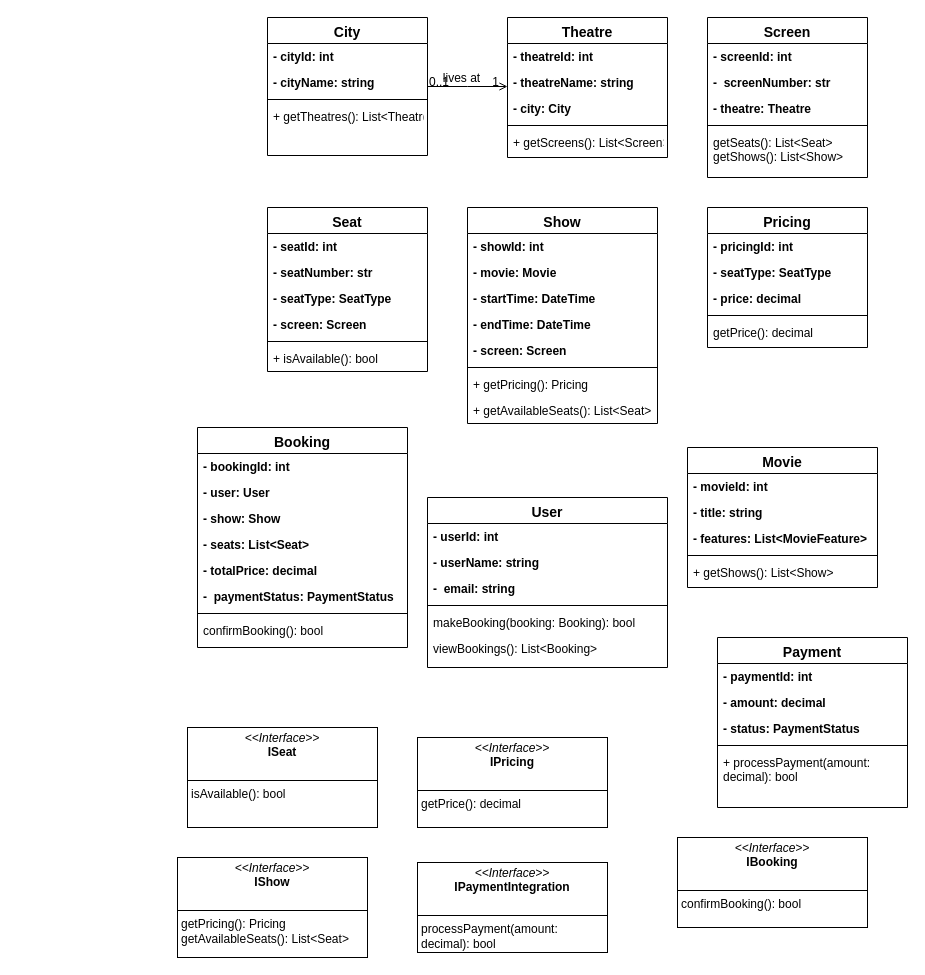
geeky-sanjay/class-diagrams keeps this draw.io diagram as BookMyShow Class Diagram.drawio. Above is the earlier version. Source tidied: cells renumbered, new cells numbered last; positions are measured from the earlier drawing's top-left corner, leaving out a move shared by most shapes. Both pictures are drawn from the tidied source at 100%, with x=0, y=0 at pixel (177, 17).
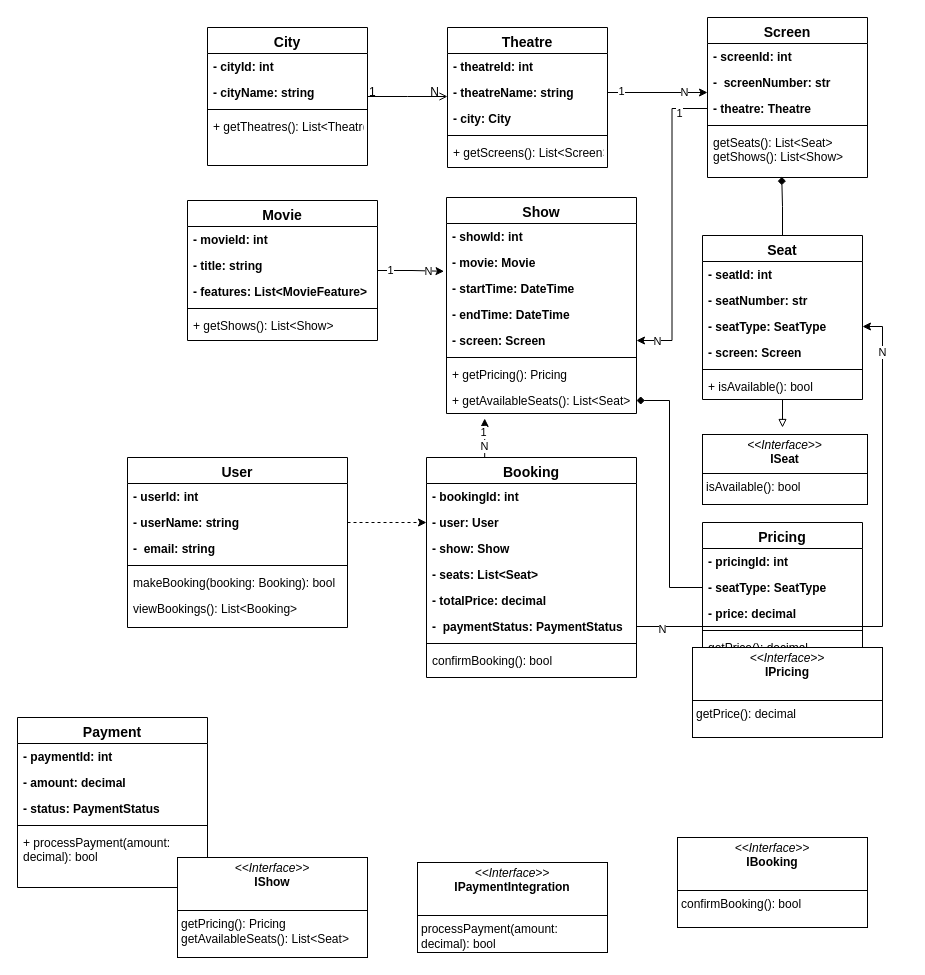
The same diagram, later.

The change refers to these unchanged cells:
```xml
<mxCell id="9" value="- theatreName: string" style="text;align=left;verticalAlign=top;spacingLeft=4;spacingRight=4;overflow=hidden;points=[[0,0.5],[1,0.5]];portConstraint=eastwest;rounded=0;shadow=0;html=0;fontStyle=1;" parent="7" vertex="1">
  <mxGeometry y="52" width="160" height="26" as="geometry" />
</mxCell>
<mxCell id="13" style="endArrow=open;shadow=0;strokeWidth=1;rounded=0;curved=0;endFill=1;edgeStyle=elbowEdgeStyle;elbow=vertical;" parent="1" edge="1" source="2" target="7">
  <mxGeometry x="0.5" y="41" relative="1" as="geometry">
    <mxPoint x="-40" y="32" as="offset" />
  </mxGeometry>
</mxCell>
<mxCell id="19" value="-  screenNumber: str" style="text;align=left;verticalAlign=top;spacingLeft=4;spacingRight=4;overflow=hidden;points=[[0,0.5],[1,0.5]];portConstraint=eastwest;rounded=0;shadow=0;html=0;fontStyle=1;" parent="17" vertex="1">
  <mxGeometry y="52" width="160" height="26" as="geometry" />
</mxCell>
<mxCell id="20" value="- theatre: Theatre" style="text;align=left;verticalAlign=top;spacingLeft=4;spacingRight=4;overflow=hidden;points=[[0,0.5],[1,0.5]];portConstraint=eastwest;rounded=0;shadow=0;html=0;fontStyle=1;" parent="17" vertex="1">
  <mxGeometry y="78" width="160" height="26" as="geometry" />
</mxCell>
<mxCell id="22" value="getSeats(): List&lt;Seat&gt;&#10;getShows(): List&lt;Show&gt;" style="text;align=left;verticalAlign=top;spacingLeft=4;spacingRight=4;overflow=hidden;points=[[0,0.5],[1,0.5]];portConstraint=eastwest;" parent="17" vertex="1">
  <mxGeometry y="112" width="160" height="48" as="geometry" />
</mxCell>
<mxCell id="26" value="- seatType: SeatType" style="text;align=left;verticalAlign=top;spacingLeft=4;spacingRight=4;overflow=hidden;points=[[0,0.5],[1,0.5]];portConstraint=eastwest;rounded=0;shadow=0;html=0;fontStyle=1;" parent="23" vertex="1">
  <mxGeometry y="78" width="160" height="26" as="geometry" />
</mxCell>
<mxCell id="32" value="- movie: Movie " style="text;align=left;verticalAlign=top;spacingLeft=4;spacingRight=4;overflow=hidden;points=[[0,0.5],[1,0.5]];portConstraint=eastwest;rounded=0;shadow=0;html=0;fontStyle=1;" parent="30" vertex="1">
  <mxGeometry y="52" width="190" height="26" as="geometry" />
</mxCell>
<mxCell id="35" value="- screen: Screen" style="text;align=left;verticalAlign=top;spacingLeft=4;spacingRight=4;overflow=hidden;points=[[0,0.5],[1,0.5]];portConstraint=eastwest;rounded=0;shadow=0;html=0;fontStyle=1;" parent="30" vertex="1">
  <mxGeometry y="130" width="190" height="26" as="geometry" />
</mxCell>
<mxCell id="38" value="+ getAvailableSeats(): List&lt;Seat&gt;" style="text;align=left;verticalAlign=top;spacingLeft=4;spacingRight=4;overflow=hidden;points=[[0,0.5],[1,0.5]];portConstraint=eastwest;rounded=0;shadow=0;html=0;fontStyle=0;" parent="30" vertex="1">
  <mxGeometry y="190" width="190" height="26" as="geometry" />
</mxCell>
<mxCell id="41" value="- seatType: SeatType" style="text;align=left;verticalAlign=top;spacingLeft=4;spacingRight=4;overflow=hidden;points=[[0,0.5],[1,0.5]];portConstraint=eastwest;rounded=0;shadow=0;html=0;fontStyle=1;" parent="39" vertex="1">
  <mxGeometry y="52" width="160" height="26" as="geometry" />
</mxCell>
<mxCell id="47" value="- user: User " style="text;align=left;verticalAlign=top;spacingLeft=4;spacingRight=4;overflow=hidden;points=[[0,0.5],[1,0.5]];portConstraint=eastwest;rounded=0;shadow=0;html=0;fontStyle=1;" parent="45" vertex="1">
  <mxGeometry y="52" width="210" height="26" as="geometry" />
</mxCell>
<mxCell id="51" value="-  paymentStatus: PaymentStatus" style="text;align=left;verticalAlign=top;spacingLeft=4;spacingRight=4;overflow=hidden;points=[[0,0.5],[1,0.5]];portConstraint=eastwest;rounded=0;shadow=0;html=0;fontStyle=1;" parent="45" vertex="1">
  <mxGeometry y="156" width="210" height="26" as="geometry" />
</mxCell>
```

Diff of the diagram source:
```diff
@@
     <mxCell id="2" value="City        " style="swimlane;fontStyle=1;align=center;verticalAlign=top;horizontal=1;startSize=26;rounded=0;shadow=0;strokeWidth=1;fontSize=14;" parent="1" vertex="1">
-      <mxGeometry x="90" width="160" height="138" as="geometry" />
+      <mxGeometry x="30" y="10" width="160" height="138" as="geometry" />
     </mxCell>
@@
     <mxCell id="7" value="Theatre        " style="swimlane;fontStyle=1;align=center;verticalAlign=top;horizontal=1;startSize=26;rounded=0;shadow=0;strokeWidth=1;fontSize=14;" parent="1" vertex="1">
-      <mxGeometry x="330" width="160" height="140" as="geometry" />
+      <mxGeometry x="270" y="10" width="160" height="140" as="geometry" />
     </mxCell>
@@
-    <mxCell id="14" value="0..1" style="align=left;verticalAlign=bottom;labelBackgroundColor=none;fontSize=12;" parent="13" vertex="1">
+    <mxCell id="14" value="1" style="align=left;verticalAlign=bottom;labelBackgroundColor=none;fontSize=12;" parent="13" vertex="1">
       <mxGeometry x="-1" relative="1" as="geometry">
         <mxPoint y="4" as="offset" />
       </mxGeometry>
     </mxCell>
-    <mxCell id="15" value="1" style="align=right;verticalAlign=bottom;labelBackgroundColor=none;fontSize=12;" parent="13" vertex="1">
+    <mxCell id="15" value="N" style="align=right;verticalAlign=bottom;labelBackgroundColor=none;fontSize=12;" parent="13" vertex="1">
       <mxGeometry x="1" relative="1" as="geometry">
         <mxPoint x="-7" y="4" as="offset" />
       </mxGeometry>
     </mxCell>
-    <mxCell id="16" value="lives at" style="text;html=1;align=center;verticalAlign=middle;labelBackgroundColor=none;rounded=0;shadow=0;strokeWidth=1;fontSize=12;" parent="13" vertex="1">
-      <mxGeometry x="0.5" y="49" relative="1" as="geometry">
-        <mxPoint x="-27" y="40" as="offset" />
-      </mxGeometry>
-    </mxCell>
@@
+    <mxCell id="78" style="edgeStyle=orthogonalEdgeStyle;rounded=0;jettySize=auto;html=1;exitX=0.5;exitY=0;exitDx=0;exitDy=0;endArrow=diamond;endFill=1;entryX=0.464;entryY=0.987;entryDx=0;entryDy=0;entryPerimeter=0;" parent="1" edge="1" source="23" target="22">
+      <mxGeometry relative="1" as="geometry" />
+    </mxCell>
+    <mxCell id="79" style="edgeStyle=orthogonalEdgeStyle;rounded=0;jettySize=auto;html=1;endArrow=block;endFill=0;" parent="1" edge="1" source="23">
+      <mxGeometry relative="1" as="geometry">
+        <mxPoint x="605" y="410" as="targetPoint" />
+      </mxGeometry>
+    </mxCell>
     <mxCell id="23" value="Seat               " style="swimlane;fontStyle=1;align=center;verticalAlign=top;horizontal=1;startSize=26;rounded=0;shadow=0;strokeWidth=1;fontSize=14;" parent="1" vertex="1">
-      <mxGeometry x="90" y="190" width="160" height="164" as="geometry" />
+      <mxGeometry x="525" y="218" width="160" height="164" as="geometry" />
     </mxCell>
@@
     <mxCell id="30" value="Show                       " style="swimlane;fontStyle=1;align=center;verticalAlign=top;horizontal=1;startSize=26;rounded=0;shadow=0;strokeWidth=1;fontSize=14;" parent="1" vertex="1">
-      <mxGeometry x="290" y="190" width="190" height="216" as="geometry" />
+      <mxGeometry x="269" y="180" width="190" height="216" as="geometry" />
     </mxCell>
@@
     <mxCell id="39" value="Pricing                             " style="swimlane;fontStyle=1;align=center;verticalAlign=top;horizontal=1;startSize=26;rounded=0;shadow=0;strokeWidth=1;fontSize=14;" parent="1" vertex="1">
-      <mxGeometry x="530" y="190" width="160" height="140" as="geometry" />
+      <mxGeometry x="525" y="505" width="160" height="140" as="geometry" />
     </mxCell>
@@
     <mxCell id="45" value="Booking                               " style="swimlane;fontStyle=1;align=center;verticalAlign=top;horizontal=1;startSize=26;rounded=0;shadow=0;strokeWidth=1;fontSize=14;" parent="1" vertex="1">
-      <mxGeometry x="20" y="410" width="210" height="220" as="geometry" />
+      <mxGeometry x="249" y="440" width="210" height="220" as="geometry" />
     </mxCell>
@@
     <mxCell id="54" value="User                                       " style="swimlane;fontStyle=1;align=center;verticalAlign=top;horizontal=1;startSize=26;rounded=0;shadow=0;strokeWidth=1;fontSize=14;" parent="1" vertex="1">
-      <mxGeometry x="250" y="480" width="240" height="170" as="geometry" />
+      <mxGeometry x="-50" y="440" width="220" height="170" as="geometry" />
     </mxCell>
     <mxCell id="55" value="- userId: int " style="text;align=left;verticalAlign=top;spacingLeft=4;spacingRight=4;overflow=hidden;fontStyle=1;" parent="54" vertex="1">
-      <mxGeometry y="26" width="240" height="26" as="geometry" />
+      <mxGeometry y="26" width="220" height="26" as="geometry" />
     </mxCell>
     <mxCell id="56" value="- userName: string" style="text;align=left;verticalAlign=top;spacingLeft=4;spacingRight=4;overflow=hidden;points=[[0,0.5],[1,0.5]];portConstraint=eastwest;rounded=0;shadow=0;html=0;fontStyle=1;" parent="54" vertex="1">
-      <mxGeometry y="52" width="240" height="26" as="geometry" />
+      <mxGeometry y="52" width="220" height="26" as="geometry" />
     </mxCell>
     <mxCell id="57" value="-  email: string " style="text;align=left;verticalAlign=top;spacingLeft=4;spacingRight=4;overflow=hidden;rounded=0;shadow=0;html=0;fontStyle=1;" parent="54" vertex="1">
-      <mxGeometry y="78" width="240" height="26" as="geometry" />
+      <mxGeometry y="78" width="220" height="26" as="geometry" />
     </mxCell>
     <mxCell id="58" style="line;html=1;strokeWidth=1;align=left;verticalAlign=middle;spacingTop=-1;spacingLeft=3;spacingRight=3;labelPosition=right;" parent="54" vertex="1">
-      <mxGeometry y="104" width="240" height="8" as="geometry" />
+      <mxGeometry y="104" width="220" height="8" as="geometry" />
     </mxCell>
     <mxCell id="59" value="makeBooking(booking: Booking): bool " style="text;align=left;verticalAlign=top;spacingLeft=4;spacingRight=4;overflow=hidden;rounded=0;shadow=0;html=0;fontStyle=0;" parent="54" vertex="1">
-      <mxGeometry y="112" width="240" height="26" as="geometry" />
+      <mxGeometry y="112" width="220" height="26" as="geometry" />
     </mxCell>
     <mxCell id="60" value="viewBookings(): List&lt;Booking&gt; " style="text;align=left;verticalAlign=top;spacingLeft=4;spacingRight=4;overflow=hidden;rounded=0;shadow=0;html=0;fontStyle=0;" parent="54" vertex="1">
-      <mxGeometry y="138" width="240" height="26" as="geometry" />
+      <mxGeometry y="138" width="220" height="26" as="geometry" />
     </mxCell>
     <mxCell id="61" value="Movie                                       " style="swimlane;fontStyle=1;align=center;verticalAlign=top;horizontal=1;startSize=26;rounded=0;shadow=0;strokeWidth=1;fontSize=14;" parent="1" vertex="1">
-      <mxGeometry x="510" y="430" width="190" height="140" as="geometry" />
+      <mxGeometry x="10" y="183" width="190" height="140" as="geometry" />
     </mxCell>
@@
     <mxCell id="67" value="Payment                                        " style="swimlane;fontStyle=1;align=center;verticalAlign=top;horizontal=1;startSize=26;rounded=0;shadow=0;strokeWidth=1;fontSize=14;" parent="1" vertex="1">
-      <mxGeometry x="540" y="620" width="190" height="170" as="geometry" />
+      <mxGeometry x="-160" y="700" width="190" height="170" as="geometry" />
     </mxCell>
@@
-    <mxCell id="73" value="&lt;p style=&quot;margin:0px;margin-top:4px;text-align:center;&quot;&gt;&lt;i&gt;&amp;lt;&amp;lt;Interface&amp;gt;&amp;gt;&lt;/i&gt;&lt;br&gt;&lt;b&gt;ISeat&lt;/b&gt;&lt;br&gt;&lt;/p&gt;&lt;p style=&quot;margin:0px;margin-left:4px;&quot;&gt;&lt;br&gt;&lt;/p&gt;&lt;hr size=&quot;1&quot; style=&quot;border-style:solid;&quot;&gt;&lt;p style=&quot;margin:0px;margin-left:4px;&quot;&gt;isAvailable(): bool&lt;br&gt;&lt;/p&gt;" style="verticalAlign=top;align=left;overflow=fill;html=1;whiteSpace=wrap;" parent="1" vertex="1">
-      <mxGeometry x="10" y="710" width="190" height="100" as="geometry" />
+    <mxCell id="73" value="&lt;p style=&quot;margin:0px;margin-top:4px;text-align:center;&quot;&gt;&lt;i&gt;&amp;lt;&amp;lt;Interface&amp;gt;&amp;gt;&lt;/i&gt;&lt;br&gt;&lt;b&gt;ISeat&lt;/b&gt;&lt;/p&gt;&lt;hr size=&quot;1&quot; style=&quot;border-style:solid;&quot;&gt;&lt;p style=&quot;margin:0px;margin-left:4px;&quot;&gt;isAvailable(): bool&lt;br&gt;&lt;/p&gt;" style="verticalAlign=top;align=left;overflow=fill;html=1;whiteSpace=wrap;" parent="1" vertex="1">
+      <mxGeometry x="525" y="417" width="165" height="70" as="geometry" />
     </mxCell>
@@
     <mxCell id="75" value="&lt;p style=&quot;margin:0px;margin-top:4px;text-align:center;&quot;&gt;&lt;i&gt;&amp;lt;&amp;lt;Interface&amp;gt;&amp;gt;&lt;/i&gt;&lt;br&gt;&lt;b&gt;IPricing&lt;/b&gt;&lt;br&gt;&lt;/p&gt;&lt;p style=&quot;margin:0px;margin-left:4px;&quot;&gt;&lt;br&gt;&lt;/p&gt;&lt;hr size=&quot;1&quot; style=&quot;border-style:solid;&quot;&gt;&lt;p style=&quot;margin:0px;margin-left:4px;&quot;&gt;getPrice(): decimal&lt;br&gt;&lt;/p&gt;" style="verticalAlign=top;align=left;overflow=fill;html=1;whiteSpace=wrap;" parent="1" vertex="1">
-      <mxGeometry x="240" y="720" width="190" height="90" as="geometry" />
+      <mxGeometry x="515" y="630" width="190" height="90" as="geometry" />
     </mxCell>
@@
+    <mxCell id="80" style="edgeStyle=orthogonalEdgeStyle;rounded=0;jettySize=auto;html=1;exitX=1;exitY=0.5;exitDx=0;exitDy=0;entryX=0;entryY=0.885;entryDx=0;entryDy=0;entryPerimeter=0;" parent="1" edge="1" source="9" target="19">
+      <mxGeometry relative="1" as="geometry" />
+    </mxCell>
+    <mxCell id="81" value="1" style="edgeLabel;html=1;align=center;verticalAlign=middle;" parent="80" vertex="1">
+      <mxGeometry x="-0.74" y="2" relative="1" as="geometry" />
+    </mxCell>
+    <mxCell id="82" value="N" style="edgeLabel;html=1;align=center;verticalAlign=middle;" parent="80" vertex="1">
+      <mxGeometry x="0.52" y="1" relative="1" as="geometry" />
+    </mxCell>
+    <mxCell id="83" style="edgeStyle=orthogonalEdgeStyle;rounded=0;jettySize=auto;html=1;exitX=0;exitY=0.5;exitDx=0;exitDy=0;entryX=1;entryY=0.5;entryDx=0;entryDy=0;" parent="1" edge="1" source="20" target="35">
+      <mxGeometry relative="1" as="geometry" />
+    </mxCell>
+    <mxCell id="84" value="1" style="edgeLabel;html=1;align=center;verticalAlign=middle;" parent="83" vertex="1">
+      <mxGeometry x="-0.81" y="4" relative="1" as="geometry" />
+    </mxCell>
+    <mxCell id="85" value="N" style="edgeLabel;html=1;align=center;verticalAlign=middle;" parent="83" vertex="1">
+      <mxGeometry x="0.87" relative="1" as="geometry" />
+    </mxCell>
+    <mxCell id="86" style="edgeStyle=orthogonalEdgeStyle;rounded=0;jettySize=auto;html=1;entryX=-0.013;entryY=0.838;entryDx=0;entryDy=0;entryPerimeter=0;" parent="1" edge="1" source="61" target="32">
+      <mxGeometry relative="1" as="geometry" />
+    </mxCell>
+    <mxCell id="87" value="1" style="edgeLabel;html=1;align=center;verticalAlign=middle;" parent="86" vertex="1">
+      <mxGeometry x="-0.64" y="1" relative="1" as="geometry" />
+    </mxCell>
+    <mxCell id="88" value="N" style="edgeLabel;html=1;align=center;verticalAlign=middle;" parent="86" vertex="1">
+      <mxGeometry x="0.51" relative="1" as="geometry" />
+    </mxCell>
+    <mxCell id="89" style="edgeStyle=orthogonalEdgeStyle;rounded=0;jettySize=auto;html=1;exitX=1;exitY=0.5;exitDx=0;exitDy=0;entryX=0;entryY=0.5;entryDx=0;entryDy=0;dashed=1;" parent="1" edge="1" source="56" target="47">
+      <mxGeometry relative="1" as="geometry" />
+    </mxCell>
+    <mxCell id="90" style="edgeStyle=orthogonalEdgeStyle;rounded=0;jettySize=auto;html=1;exitX=0.25;exitY=0;exitDx=0;exitDy=0;entryX=0.201;entryY=1.192;entryDx=0;entryDy=0;entryPerimeter=0;" parent="1" edge="1" source="45" target="38">
+      <mxGeometry relative="1" as="geometry" />
+    </mxCell>
+    <mxCell id="91" value="N" style="edgeLabel;html=1;align=center;verticalAlign=middle;" parent="90" vertex="1">
+      <mxGeometry x="-0.24" y="1" relative="1" as="geometry" />
+    </mxCell>
+    <mxCell id="92" value="1" style="edgeLabel;html=1;align=center;verticalAlign=middle;" parent="90" vertex="1">
+      <mxGeometry x="0.38" y="2" relative="1" as="geometry" />
+    </mxCell>
+    <mxCell id="93" style="edgeStyle=orthogonalEdgeStyle;rounded=0;jettySize=auto;html=1;exitX=1;exitY=0.5;exitDx=0;exitDy=0;entryX=1;entryY=0.5;entryDx=0;entryDy=0;" parent="1" edge="1" source="51" target="26">
+      <mxGeometry relative="1" as="geometry" />
+    </mxCell>
+    <mxCell id="94" value="N" style="edgeLabel;html=1;align=center;verticalAlign=middle;" parent="93" vertex="1">
+      <mxGeometry x="-0.91" y="-2" relative="1" as="geometry" />
+    </mxCell>
+    <mxCell id="95" value="N" style="edgeLabel;html=1;align=center;verticalAlign=middle;" parent="93" vertex="1">
+      <mxGeometry x="0.84" y="1" relative="1" as="geometry" />
+    </mxCell>
+    <mxCell id="96" style="edgeStyle=orthogonalEdgeStyle;rounded=0;jettySize=auto;html=1;exitX=0;exitY=0.5;exitDx=0;exitDy=0;entryX=1;entryY=0.5;entryDx=0;entryDy=0;endArrow=diamond;endFill=1;" parent="1" edge="1" source="41" target="38">
+      <mxGeometry relative="1" as="geometry" />
+    </mxCell>
```
